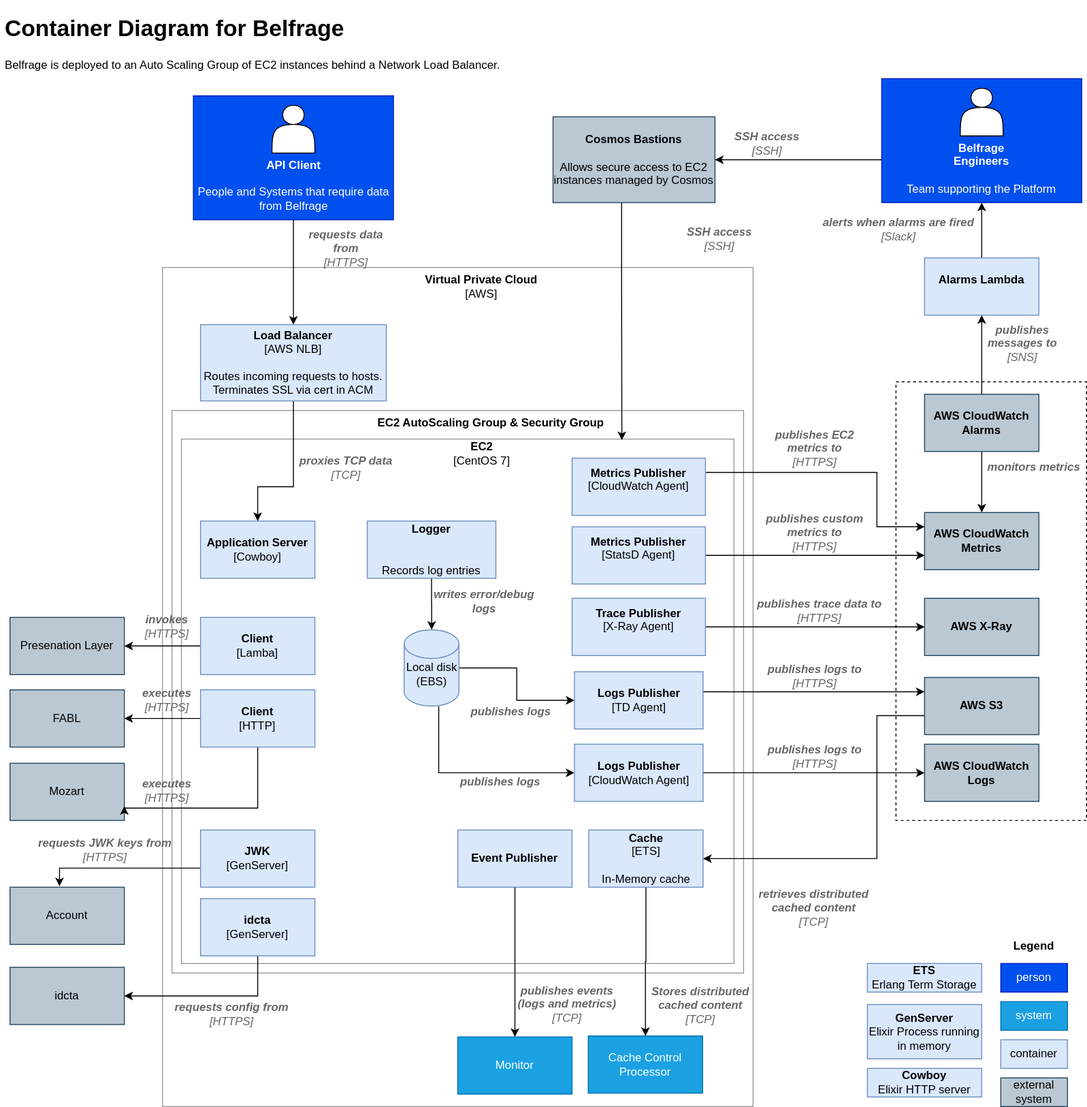
Before: docs/img/architecture/c4-level-2.svg, a diagram exported from draw.io (tracy-o/learning-day). Source tidied: cells renumbered, new cells last; positions are measured from the earlier drawing's top-left corner, leaving out a move shared by most shapes.
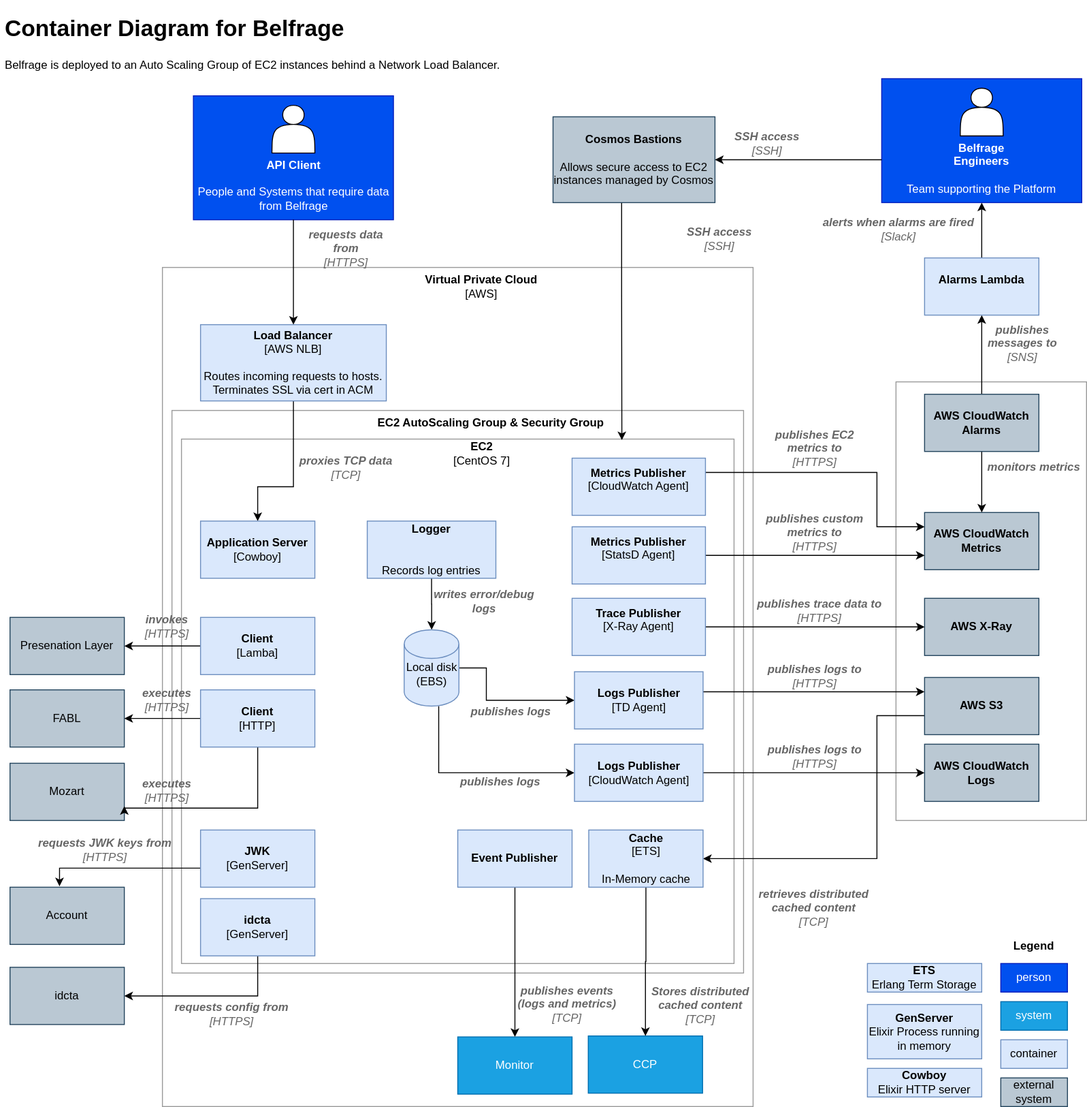
After the change.

Commit message:
Correct CCP naming and add link to AWS on level1 C4 diagram

Change to the diagram source:
```diff
@@ -31,7 +31,7 @@
     <mxCell id="9" value="&lt;b&gt;Logger&lt;/b&gt;&lt;br&gt;&lt;br&gt;&lt;br&gt;Records log entries" style="rounded=0;whiteSpace=wrap;html=1;fillColor=#dae8fc;strokeColor=#6c8ebf;" parent="1" vertex="1">
       <mxGeometry x="385" y="536" width="135" height="60" as="geometry" />
     </mxCell>
-    <mxCell id="10" style="rounded=0;whiteSpace=wrap;html=1;fillColor=none;dashed=1;" parent="1" vertex="1">
+    <mxCell id="10" style="rounded=0;whiteSpace=wrap;html=1;fillColor=none;strokeColor=#999999;" parent="1" vertex="1">
       <mxGeometry x="940" y="390" width="200" height="460" as="geometry" />
     </mxCell>
     <mxCell id="11" value="&lt;b&gt;AWS X-Ray&lt;/b&gt;" style="rounded=0;whiteSpace=wrap;html=1;fillColor=#bac8d3;strokeColor=#23445d;" parent="1" vertex="1">
@@ -66,7 +66,12 @@
       </mxGeometry>
     </mxCell>
     <mxCell id="20" style="edgeStyle=orthogonalEdgeStyle;rounded=0;jettySize=auto;html=1;" parent="1" edge="1" source="21" target="33">
-      <mxGeometry relative="1" as="geometry" />
+      <mxGeometry relative="1" as="geometry">
+        <Array as="points">
+          <mxPoint x="510" y="690" />
+          <mxPoint x="510" y="724" />
+        </Array>
+      </mxGeometry>
     </mxCell>
     <mxCell id="21" value="&lt;br&gt;Local disk&lt;br&gt;(EBS)" style="shape=cylinder2;whiteSpace=wrap;html=1;boundedLbl=1;backgroundOutline=1;size=15;fillColor=#dae8fc;strokeColor=#6c8ebf;" parent="1" vertex="1">
       <mxGeometry x="423.8" y="650" width="57.5" height="80" as="geometry" />
@@ -287,7 +292,7 @@
     <mxCell id="82" value="Monitor" style="rounded=0;whiteSpace=wrap;html=1;fillColor=#1ba1e2;strokeColor=#006EAF;fontColor=#ffffff;" parent="1" vertex="1">
       <mxGeometry x="480" y="1077" width="120" height="60" as="geometry" />
     </mxCell>
-    <mxCell id="83" value="Cache Control Processor" style="rounded=0;whiteSpace=wrap;html=1;fillColor=#1ba1e2;strokeColor=#006EAF;fontColor=#ffffff;" parent="1" vertex="1">
+    <mxCell id="83" value="CCP" style="rounded=0;whiteSpace=wrap;html=1;fillColor=#1ba1e2;strokeColor=#006EAF;fontColor=#ffffff;" parent="1" vertex="1">
       <mxGeometry x="617" y="1076" width="120" height="60" as="geometry" />
     </mxCell>
     <mxCell id="84" style="edgeStyle=orthogonalEdgeStyle;rounded=0;jettySize=auto;html=1;" parent="1" edge="1" source="85" target="82">
```
